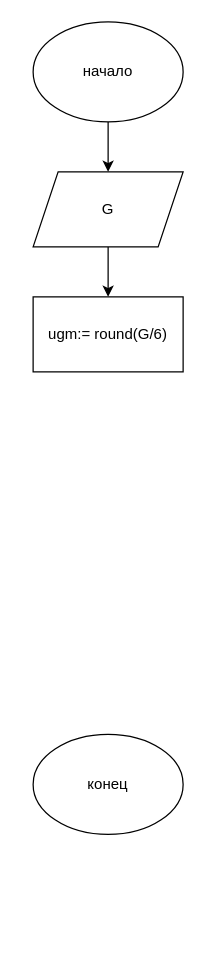
motorollainlinux/Lab_work1 keeps this draw.io diagram as 1.4.2.drawio. Above is the earlier version. Source tidied: cells renumbered, new cells numbered last; positions are measured from the earlier drawing's top-left corner, leaving out a move shared by most shapes. Both pictures are drawn from the tidied source at 125%, with x=0, y=0 at pixel (32, 21).
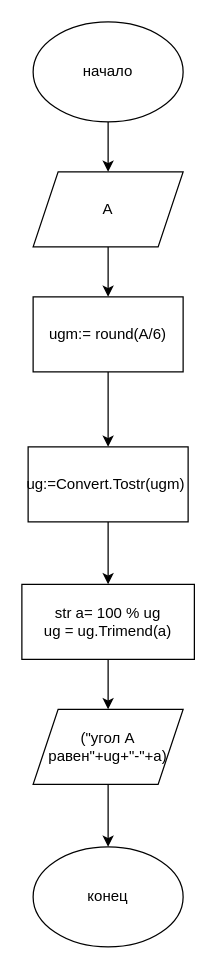
After the change.

What changed in the source:
```diff
@@
 <mxGraphModel>
   <root>
     <mxCell id="0" />
     <mxCell id="1" parent="0" />
     <mxCell id="2" style="edgeStyle=orthogonalEdgeStyle;rounded=0;jettySize=auto;html=1;" parent="1" edge="1" source="3" target="6">
       <mxGeometry relative="1" as="geometry" />
     </mxCell>
     <mxCell id="3" value="начало" style="ellipse;whiteSpace=wrap;html=1;" parent="1" vertex="1">
       <mxGeometry width="120" height="80" as="geometry" />
     </mxCell>
     <mxCell id="4" value="конец" style="ellipse;whiteSpace=wrap;html=1;" parent="1" vertex="1">
-      <mxGeometry y="570" width="120" height="80" as="geometry" />
+      <mxGeometry y="660" width="120" height="80" as="geometry" />
     </mxCell>
     <mxCell id="5" style="edgeStyle=orthogonalEdgeStyle;rounded=0;jettySize=auto;html=1;" parent="1" edge="1" source="6" target="7">
       <mxGeometry relative="1" as="geometry" />
     </mxCell>
-    <mxCell id="6" value="G" style="shape=parallelogram;perimeter=parallelogramPerimeter;whiteSpace=wrap;html=1;fixedSize=1;" parent="1" vertex="1">
+    <mxCell id="6" value="A" style="shape=parallelogram;perimeter=parallelogramPerimeter;whiteSpace=wrap;html=1;fixedSize=1;" parent="1" vertex="1">
       <mxGeometry y="120" width="120" height="60" as="geometry" />
     </mxCell>
+    <mxCell id="8" style="edgeStyle=orthogonalEdgeStyle;rounded=0;jettySize=auto;html=1;" parent="1" edge="1" source="7" target="10">
+      <mxGeometry relative="1" as="geometry" />
+    </mxCell>
-    <mxCell id="7" value="ugm:= round(G/6)" style="rounded=0;whiteSpace=wrap;html=1;" parent="1" vertex="1">
+    <mxCell id="7" value="ugm:= round(A/6)" style="rounded=0;whiteSpace=wrap;html=1;" parent="1" vertex="1">
       <mxGeometry y="220" width="120" height="60" as="geometry" />
     </mxCell>
+    <mxCell id="9" style="edgeStyle=orthogonalEdgeStyle;rounded=0;jettySize=auto;html=1;" parent="1" edge="1" source="10" target="12">
+      <mxGeometry relative="1" as="geometry" />
+    </mxCell>
+    <mxCell id="10" value="&lt;pre style=&quot;margin-top: 0px; margin-bottom: calc(var(--s-prose-spacing) + 0.4em); padding: var(--su12); border: 0px; font-variant-numeric: inherit; font-variant-east-asian: inherit; font-stretch: inherit; line-height: var(--lh-md); font-family: var(--ff-mono); font-size: var(--fs-body1); vertical-align: baseline; box-sizing: inherit; width: auto; max-height: 600px; overflow: auto; background-color: var(--highlight-bg); border-radius: var(--br-md); color: var(--highlight-color); overflow-wrap: normal; text-align: left;&quot; class=&quot;lang-cpp s-code-block&quot;&gt;ug:=Convert.Tostr(ugm) &lt;/pre&gt;" style="rounded=0;whiteSpace=wrap;html=1;" parent="1" vertex="1">
+      <mxGeometry x="-4" y="340" width="128" height="60" as="geometry" />
+    </mxCell>
+    <mxCell id="11" style="edgeStyle=orthogonalEdgeStyle;rounded=0;jettySize=auto;html=1;" parent="1" edge="1" source="12" target="14">
+      <mxGeometry relative="1" as="geometry" />
+    </mxCell>
+    <mxCell id="12" value="str a= 100 % ug&lt;br&gt;ug = ug.Trimend(a)" style="rounded=0;whiteSpace=wrap;html=1;" parent="1" vertex="1">
+      <mxGeometry x="-9" y="450" width="138" height="60" as="geometry" />
+    </mxCell>
+    <mxCell id="13" style="edgeStyle=orthogonalEdgeStyle;rounded=0;jettySize=auto;html=1;" parent="1" edge="1" source="14" target="4">
+      <mxGeometry relative="1" as="geometry" />
+    </mxCell>
+    <mxCell id="14" value="(&quot;угол A равен&quot;+ug+&quot;-&quot;+a)" style="shape=parallelogram;perimeter=parallelogramPerimeter;whiteSpace=wrap;html=1;fixedSize=1;" parent="1" vertex="1">
+      <mxGeometry y="550" width="120" height="60" as="geometry" />
+    </mxCell>
   </root>
 </mxGraphModel>
```
